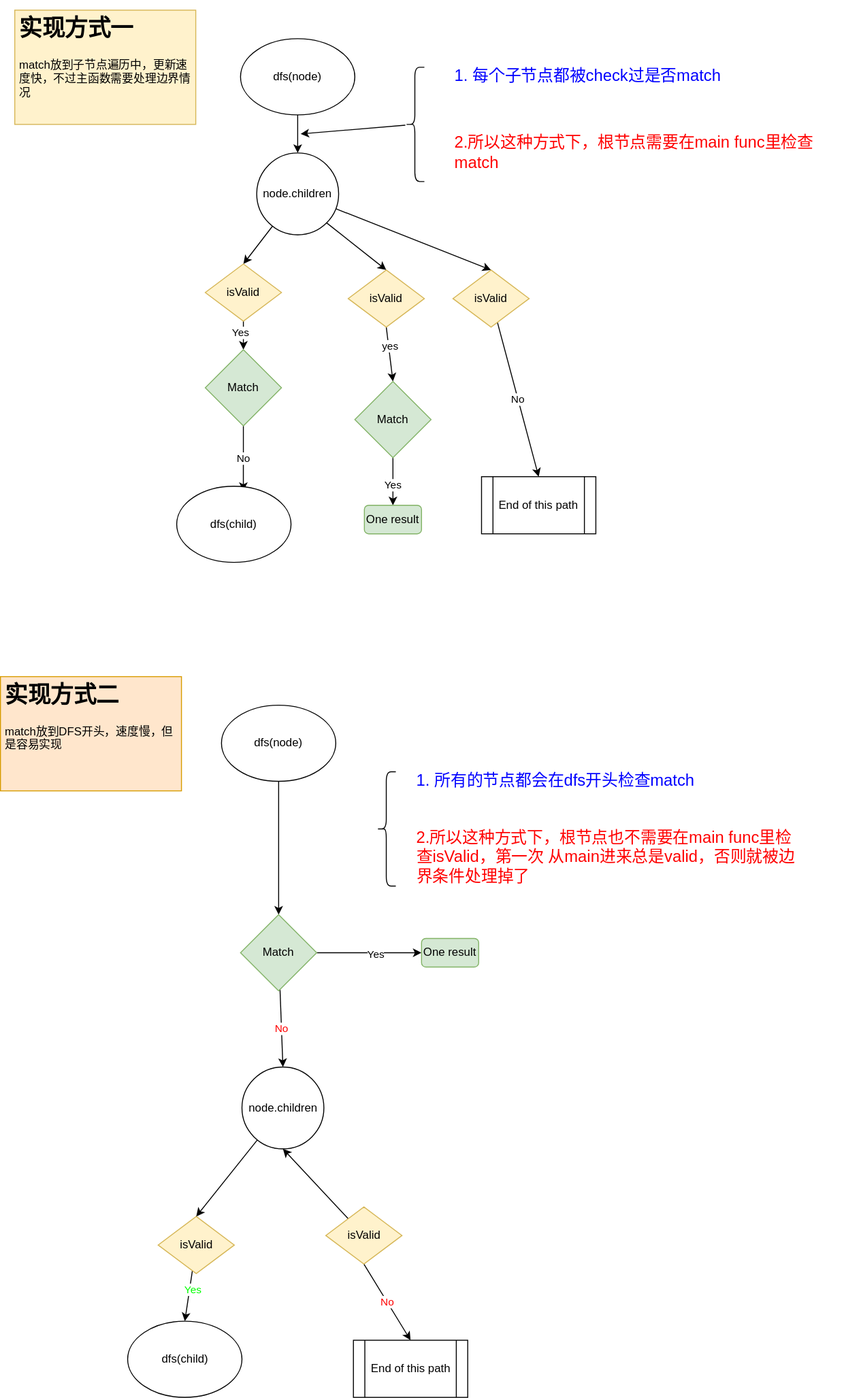
fangzhzh/leetcode keeps this draw.io diagram as algorithm/graphs/dfsCheckValid.drawio.svg. Above is the earlier version. Source tidied: cells renumbered, new cells last; positions are measured from the earlier drawing's top-left corner, leaving out a move shared by most shapes.
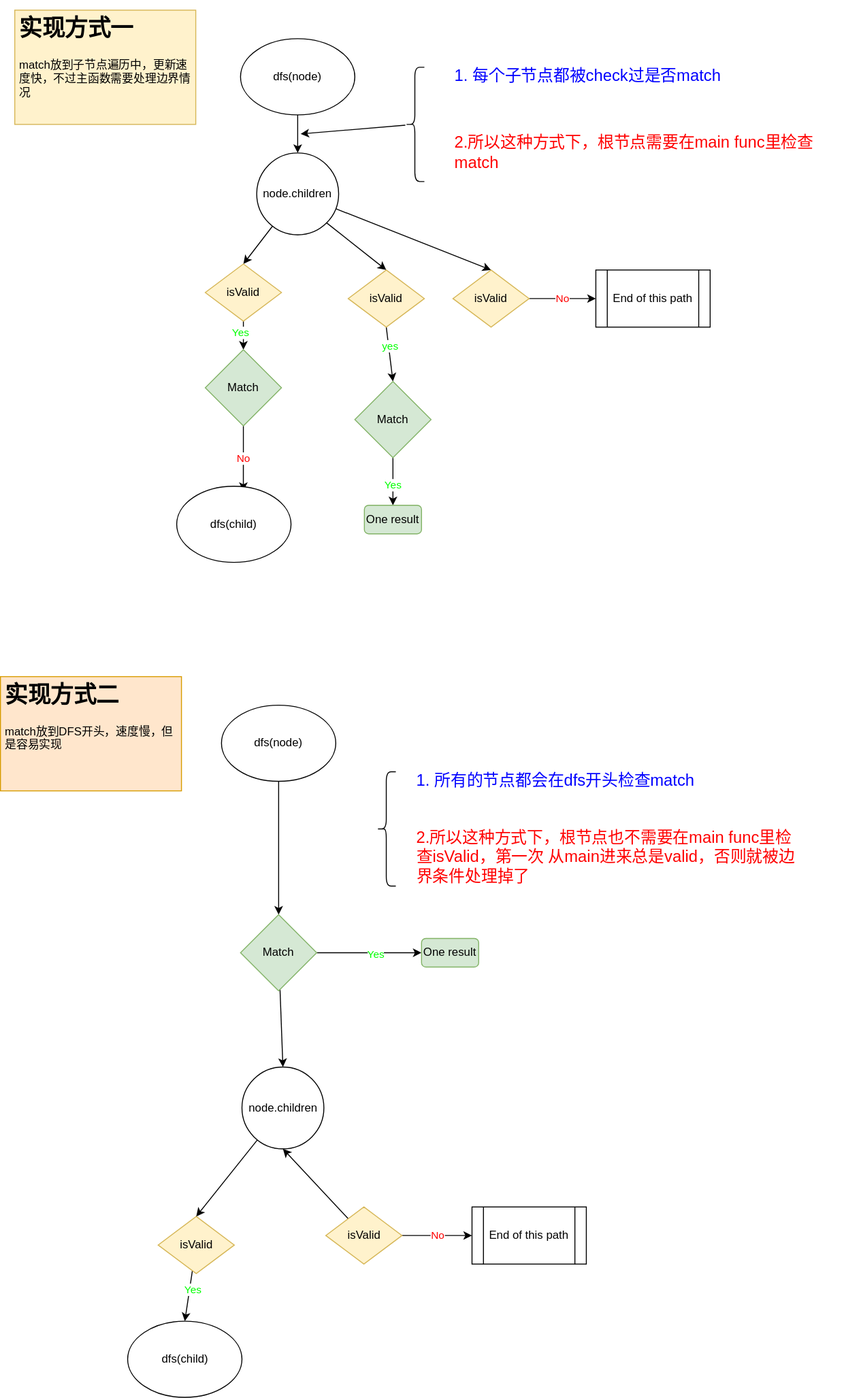
After the change.

Commit message:
refine the visual notes

Diff of the diagram source:
```diff
@@ -14,7 +14,7 @@
     <mxCell id="5" style="edgeStyle=none;rounded=0;jettySize=auto;html=1;entryX=0.5;entryY=0;entryDx=0;entryDy=0;exitX=0.5;exitY=1;exitDx=0;exitDy=0;" parent="1" edge="1" source="7" target="16">
       <mxGeometry relative="1" as="geometry" />
     </mxCell>
-    <mxCell id="6" value="Yes" style="edgeLabel;html=1;align=center;verticalAlign=middle;" parent="5" vertex="1">
+    <mxCell id="6" value="Yes" style="edgeLabel;html=1;align=center;verticalAlign=middle;fontColor=#00FF00;" parent="5" vertex="1">
       <mxGeometry x="-0.22" y="-4" relative="1" as="geometry" />
     </mxCell>
     <mxCell id="7" value="isValid" style="rhombus;whiteSpace=wrap;html=1;fillColor=#fff2cc;strokeColor=#d6b656;" parent="1" vertex="1">
@@ -26,7 +26,7 @@
     <mxCell id="9" style="edgeStyle=none;rounded=0;jettySize=auto;html=1;entryX=0.5;entryY=0;entryDx=0;entryDy=0;exitX=0.5;exitY=1;exitDx=0;exitDy=0;" parent="1" edge="1" source="11" target="21">
       <mxGeometry relative="1" as="geometry" />
     </mxCell>
-    <mxCell id="10" value="yes" style="edgeLabel;html=1;align=center;verticalAlign=middle;" parent="9" vertex="1">
+    <mxCell id="10" value="yes" style="edgeLabel;html=1;align=center;verticalAlign=middle;fontColor=#00FF00;" parent="9" vertex="1">
       <mxGeometry x="-0.32" y="1" relative="1" as="geometry" />
     </mxCell>
     <mxCell id="11" value="isValid" style="rhombus;whiteSpace=wrap;html=1;fillColor=#fff2cc;strokeColor=#d6b656;" parent="1" vertex="1">
@@ -38,10 +38,10 @@
     <mxCell id="13" style="edgeStyle=none;rounded=0;jettySize=auto;html=1;entryX=0.5;entryY=0;entryDx=0;entryDy=0;exitX=0.5;exitY=1;exitDx=0;exitDy=0;" parent="1" edge="1" source="21" target="17">
       <mxGeometry relative="1" as="geometry" />
     </mxCell>
-    <mxCell id="14" value="Yes" style="edgeLabel;html=1;align=center;verticalAlign=middle;" parent="13" vertex="1">
+    <mxCell id="14" value="Yes" style="edgeLabel;html=1;align=center;verticalAlign=middle;fontColor=#00FF00;" parent="13" vertex="1">
       <mxGeometry x="0.1" y="-1" relative="1" as="geometry" />
     </mxCell>
-    <mxCell id="15" value="No" style="edgeStyle=none;rounded=0;jettySize=auto;html=1;entryX=0.583;entryY=0.063;entryDx=0;entryDy=0;entryPerimeter=0;" parent="1" edge="1" source="16" target="20">
+    <mxCell id="15" value="No" style="edgeStyle=none;rounded=0;jettySize=auto;html=1;entryX=0.583;entryY=0.063;entryDx=0;entryDy=0;entryPerimeter=0;fontColor=#FF0000;" parent="1" edge="1" source="16" target="20">
       <mxGeometry relative="1" as="geometry" />
     </mxCell>
     <mxCell id="16" value="Match" style="rhombus;whiteSpace=wrap;html=1;fillColor=#d5e8d4;strokeColor=#82b366;" parent="1" vertex="1">
@@ -62,14 +62,14 @@
     <mxCell id="21" value="Match" style="rhombus;whiteSpace=wrap;html=1;fillColor=#d5e8d4;strokeColor=#82b366;" parent="1" vertex="1">
       <mxGeometry x="372" y="390" width="80" height="80" as="geometry" />
     </mxCell>
-    <mxCell id="22" value="No" style="edgeStyle=none;rounded=0;jettySize=auto;html=1;entryX=0.5;entryY=0;entryDx=0;entryDy=0;" parent="1" edge="1" source="23" target="24">
+    <mxCell id="22" value="No" style="edgeStyle=none;rounded=0;jettySize=auto;html=1;entryX=0;entryY=0.5;entryDx=0;entryDy=0;fontColor=#FF0000;" parent="1" edge="1" source="23" target="24">
       <mxGeometry relative="1" as="geometry" />
     </mxCell>
     <mxCell id="23" value="isValid" style="rhombus;whiteSpace=wrap;html=1;fillColor=#fff2cc;strokeColor=#d6b656;" parent="1" vertex="1">
       <mxGeometry x="475" y="272.9" width="80" height="60" as="geometry" />
     </mxCell>
     <mxCell id="24" value="End of this path" style="shape=process;whiteSpace=wrap;html=1;backgroundOutline=1;" parent="1" vertex="1">
-      <mxGeometry x="505" y="490" width="120" height="60" as="geometry" />
+      <mxGeometry x="625" y="272.9" width="120" height="60" as="geometry" />
     </mxCell>
     <mxCell id="25" style="edgeStyle=none;rounded=0;jettySize=auto;html=1;fontSize=17;" parent="1" edge="1" source="26">
       <mxGeometry relative="1" as="geometry">
@@ -94,10 +94,10 @@
     <mxCell id="31" style="edgeStyle=none;rounded=0;jettySize=auto;html=1;entryX=0;entryY=0.5;entryDx=0;entryDy=0;exitX=1;exitY=0.5;exitDx=0;exitDy=0;" parent="1" edge="1" source="34" target="35">
       <mxGeometry relative="1" as="geometry" />
     </mxCell>
-    <mxCell id="32" value="Yes" style="edgeLabel;html=1;align=center;verticalAlign=middle;" parent="31" vertex="1">
+    <mxCell id="32" value="Yes" style="edgeLabel;html=1;align=center;verticalAlign=middle;fontColor=#00FF00;" parent="31" vertex="1">
       <mxGeometry x="0.1" y="-1" relative="1" as="geometry" />
     </mxCell>
-    <mxCell id="33" value="No" style="edgeStyle=none;rounded=0;jettySize=auto;html=1;entryX=0.5;entryY=0;entryDx=0;entryDy=0;fontColor=#FF0000;" parent="1" edge="1" source="34" target="47">
+    <mxCell id="33" style="edgeStyle=none;rounded=0;jettySize=auto;html=1;entryX=0.5;entryY=0;entryDx=0;entryDy=0;fontColor=#FF0000;" parent="1" edge="1" source="34" target="47">
       <mxGeometry relative="1" as="geometry" />
     </mxCell>
     <mxCell id="34" value="Match" style="rhombus;whiteSpace=wrap;html=1;fillColor=#d5e8d4;strokeColor=#82b366;" parent="1" vertex="1">
@@ -112,11 +112,11 @@
     <mxCell id="37" value="dfs(child)" style="ellipse;whiteSpace=wrap;html=1;" parent="1" vertex="1">
       <mxGeometry x="133.5" y="1377" width="120" height="80" as="geometry" />
     </mxCell>
-    <mxCell id="38" value="No" style="edgeStyle=none;rounded=0;jettySize=auto;html=1;exitX=0.5;exitY=1;exitDx=0;exitDy=0;entryX=0.5;entryY=0;entryDx=0;entryDy=0;fontColor=#FF0000;" parent="1" edge="1" source="49" target="39">
+    <mxCell id="38" value="No" style="edgeStyle=none;rounded=0;jettySize=auto;html=1;exitX=1;exitY=0.5;exitDx=0;exitDy=0;entryX=0;entryY=0.5;entryDx=0;entryDy=0;fontColor=#FF0000;" parent="1" edge="1" source="49" target="39">
       <mxGeometry relative="1" as="geometry" />
     </mxCell>
     <mxCell id="39" value="End of this path" style="shape=process;whiteSpace=wrap;html=1;backgroundOutline=1;" parent="1" vertex="1">
-      <mxGeometry x="370.5" y="1397" width="120" height="60" as="geometry" />
+      <mxGeometry x="495" y="1257" width="120" height="60" as="geometry" />
     </mxCell>
     <mxCell id="40" style="shape=curlyBracket;whiteSpace=wrap;html=1;rounded=1;" parent="1" vertex="1">
       <mxGeometry x="395" y="800" width="20" height="120" as="geometry" />
```
